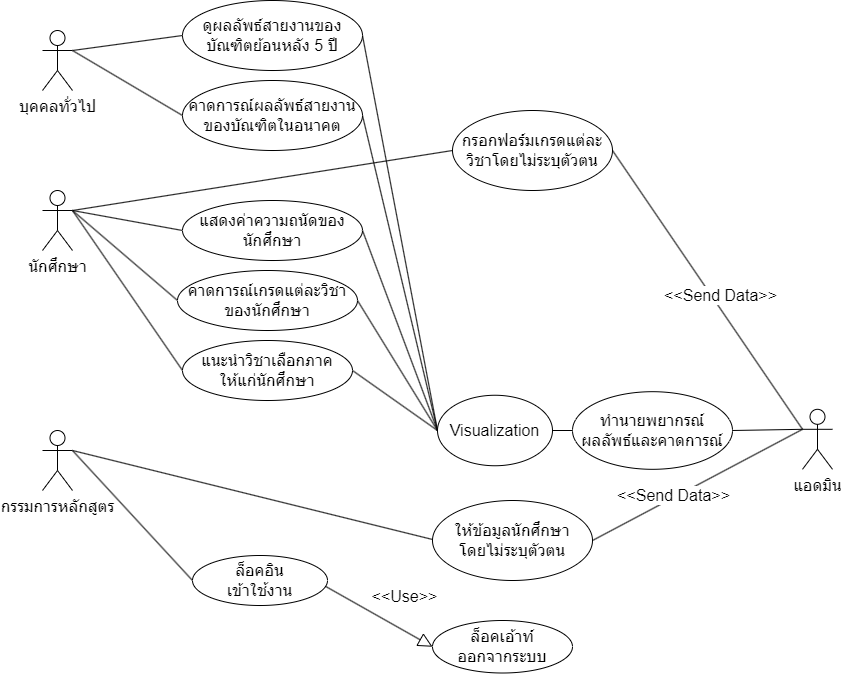
The draw.io diagram Design_Architecture/usecase.png in MashMaleLLO/Analytics_and_Prediction_System_for_CE_Curriculum_administrators, before a commit. Source tidied: cells renumbered, new cells last; positions are measured from the earlier drawing's top-left corner, leaving out a move shared by most shapes.
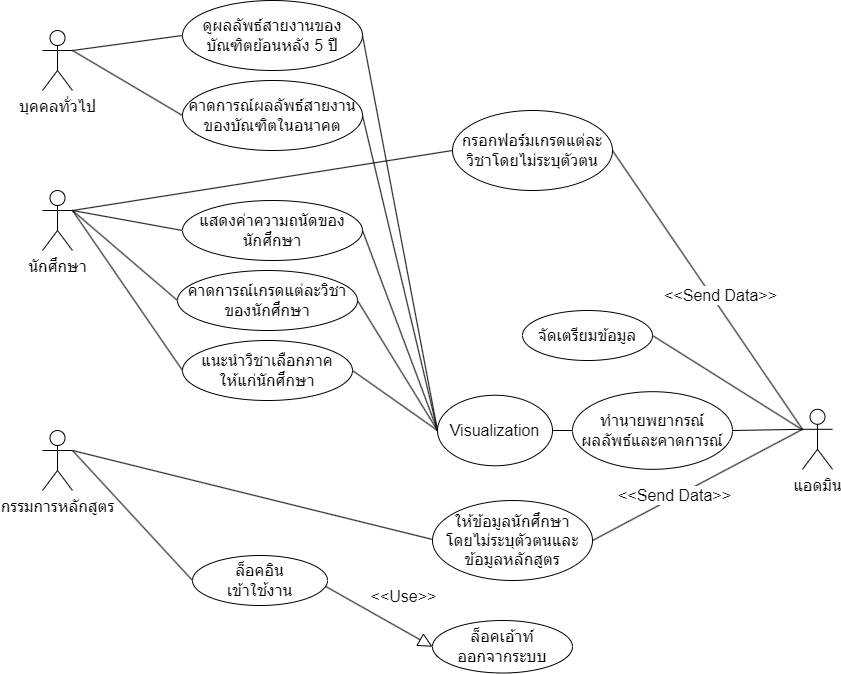
After the change.

Change to the diagram source:
```diff
@@ -77,7 +77,7 @@
         <mxPoint x="-13" y="2" as="offset" />
       </mxGeometry>
     </mxCell>
-    <mxCell id="25" value="ให้ข้อมูลนักศึกษา&lt;br&gt;โดยไม่ระบุตัวตน" style="ellipse;whiteSpace=wrap;html=1;fontSize=16;" parent="1" vertex="1">
+    <mxCell id="25" value="ให้ข้อมูลนักศึกษา&lt;br&gt;โดยไม่ระบุตัวตนและข้อมูลหลักสูตร" style="ellipse;whiteSpace=wrap;html=1;fontSize=16;" parent="1" vertex="1">
       <mxGeometry x="390" y="500" width="160" height="80" as="geometry" />
     </mxCell>
     <mxCell id="26" style="edgeStyle=none;rounded=0;jettySize=auto;html=1;exitX=0;exitY=0.5;exitDx=0;exitDy=0;entryX=1;entryY=0.5;entryDx=0;entryDy=0;startArrow=none;startFill=0;endArrow=none;endFill=0;strokeColor=default;fontSize=16;" parent="1" edge="1" source="27" target="33">
@@ -119,5 +119,11 @@
     <mxCell id="38" value="คาดการณ์ผลลัพธ์สายงานของบัณฑิตในอนาคต" style="ellipse;whiteSpace=wrap;html=1;fontSize=16;" parent="1" vertex="1">
       <mxGeometry x="140" y="80" width="180" height="70" as="geometry" />
     </mxCell>
+    <mxCell id="39" value="จัดเตรียมข้อมูล" style="ellipse;whiteSpace=wrap;html=1;fontSize=16;" parent="1" vertex="1">
+      <mxGeometry x="480" y="310" width="130" height="50" as="geometry" />
+    </mxCell>
+    <mxCell id="40" style="endArrow=none;html=1;rounded=0;exitX=1;exitY=0.5;exitDx=0;exitDy=0;" parent="1" edge="1" source="39" target="35">
+      <mxGeometry relative="1" as="geometry" />
+    </mxCell>
   </root>
 </mxGraphModel>
```
